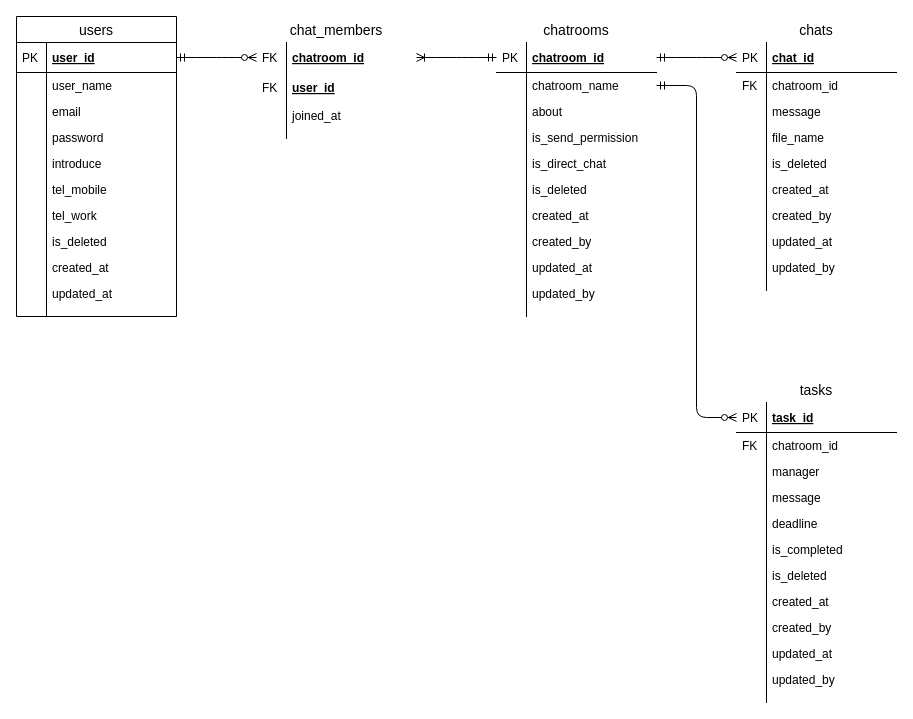
This is db/db-challenge1/chatwork-er.drawio from nanakusa27/quelcode-db, a draw.io file, before an edit. Source tidied: cells renumbered, new cells numbered last; positions are measured from the earlier drawing's top-left corner, leaving out a move shared by most shapes. Both pictures are drawn from the tidied source at 100%, with x=0, y=0 at pixel (16, 16).
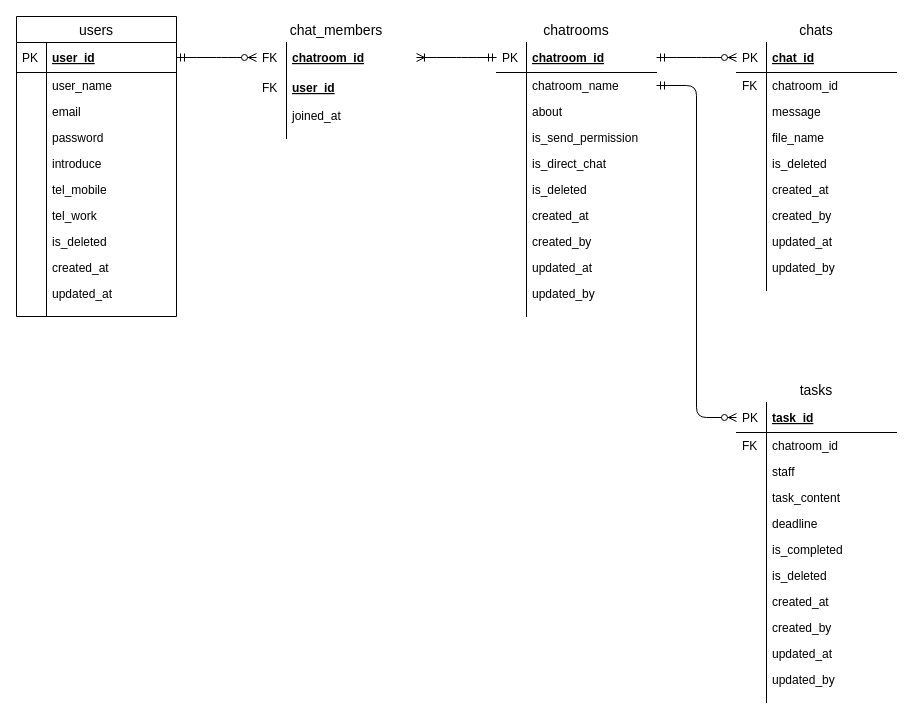
The same diagram, later.

Commit message:
Fix:tasksテーブルの命名変更

The change refers to these unchanged cells:
```xml
<mxCell id="81" value="tasks" style="swimlane;fontStyle=0;horizontal=1;startSize=26;align=center;fontSize=14;labelBackgroundColor=none;strokeColor=#FFFFFF;fillColor=none;gradientColor=#ffffff;" parent="1" vertex="1">
  <mxGeometry x="720" y="360" width="160" height="326" as="geometry" />
</mxCell>
```

What changed in the source:
```diff
@@
-    <mxCell id="86" value="manager" style="shape=partialRectangle;top=0;left=0;right=0;bottom=0;align=left;verticalAlign=top;fillColor=none;spacingLeft=34;spacingRight=4;overflow=hidden;fontSize=12;" parent="81" vertex="1">
+    <mxCell id="86" value="staff" style="shape=partialRectangle;top=0;left=0;right=0;bottom=0;align=left;verticalAlign=top;fillColor=none;spacingLeft=34;spacingRight=4;overflow=hidden;fontSize=12;" parent="81" vertex="1">
       <mxGeometry y="82" width="160" height="26" as="geometry" />
     </mxCell>
@@
-    <mxCell id="88" value="message" style="shape=partialRectangle;top=0;left=0;right=0;bottom=0;align=left;verticalAlign=top;fillColor=none;spacingLeft=34;spacingRight=4;overflow=hidden;fontSize=12;" parent="81" vertex="1">
+    <mxCell id="88" value="task_content" style="shape=partialRectangle;top=0;left=0;right=0;bottom=0;align=left;verticalAlign=top;fillColor=none;spacingLeft=34;spacingRight=4;overflow=hidden;fontSize=12;" parent="81" vertex="1">
       <mxGeometry y="108" width="160" height="26" as="geometry" />
     </mxCell>
```
